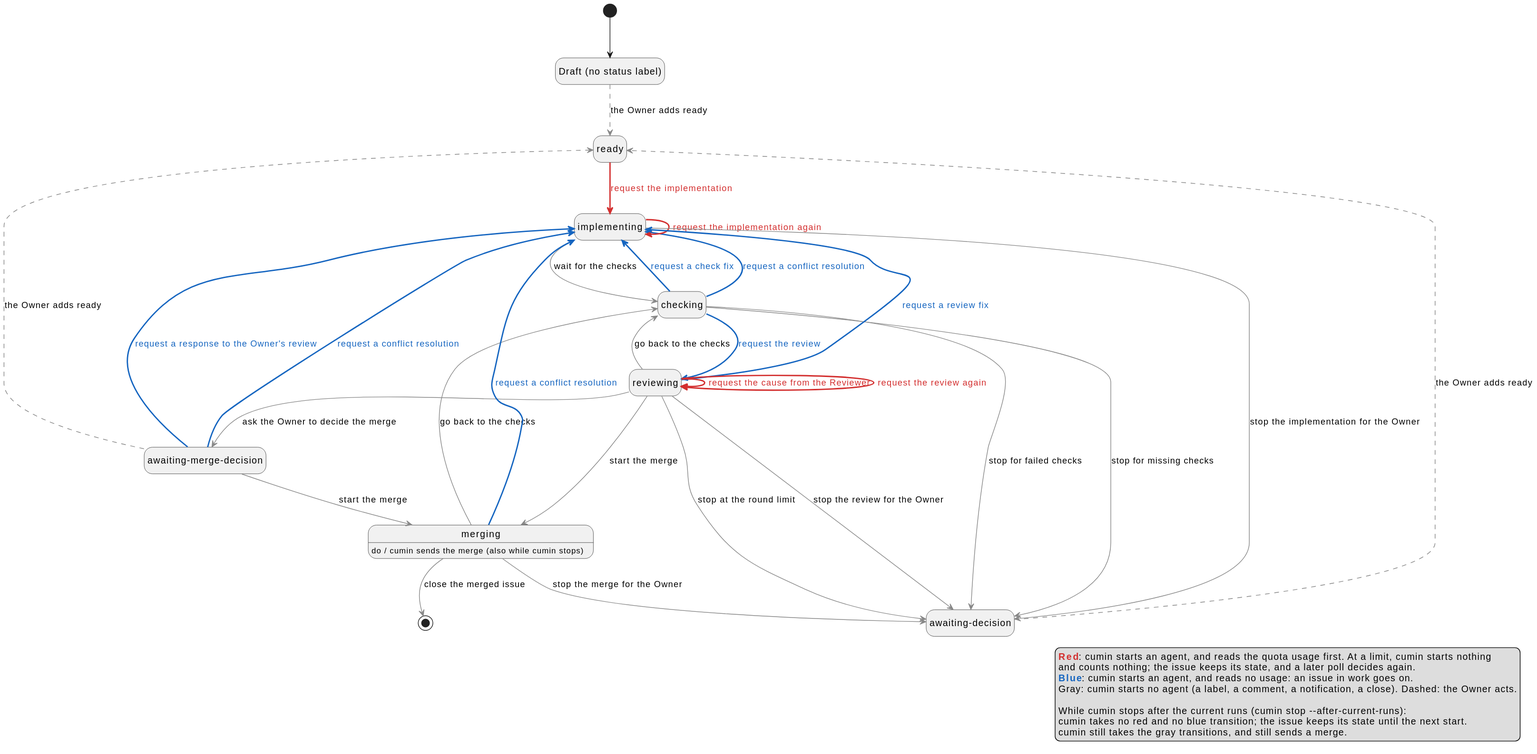
Earlier version of the PlantUML export docs/ja/requirements/workflow/implementation-issue-agent-starts.svg (cloveclovedev/cumin-works). Source of this version:
```plantuml
@startuml

hide empty description

state "Draft (no status label)" as Draft
state "ready" as Ready
state "implementing" as Implementing
state "checking" as Checks
state "reviewing" as Reviewing
state "awaiting-merge-decision" as OwnerReview
state "merging" as Merging
Merging : do / cumin sends the merge (also while cumin stops)
state "awaiting-decision" as Decision

[*] --> Draft
Draft -[#888888,dashed]-> Ready : the Owner adds ready
Ready -[#D32F2F,bold]-> Implementing : <color:#D32F2F>request the implementation</color>
Implementing -[#888888]-> Checks : wait for the checks
Implementing -[#D32F2F,bold]-> Implementing : <color:#D32F2F>request the implementation again</color>
Implementing -[#888888]-> Decision : stop the implementation for the Owner
Checks -[#1565C0,bold]-> Reviewing : <color:#1565C0>request the review</color>
Checks -[#1565C0,bold]-> Implementing : <color:#1565C0>request a check fix</color>
Checks -[#888888]-> Decision : stop for failed checks
Checks -[#1565C0,bold]-> Implementing : <color:#1565C0>request a conflict resolution</color>
Checks -[#888888]-> Decision : stop for missing checks
Reviewing -[#1565C0,bold]-> Implementing : <color:#1565C0>request a review fix</color>
Reviewing -[#888888]-> Merging : start the merge
Reviewing -[#888888]-> OwnerReview : ask the Owner to decide the merge
Reviewing -[#D32F2F,bold]-> Reviewing : <color:#D32F2F>request the cause from the Reviewer</color>
Reviewing -[#888888]-> Decision : stop at the round limit
Reviewing -[#888888]-> Decision : stop the review for the Owner
Reviewing -[#888888]-> Checks : go back to the checks
Reviewing -[#D32F2F,bold]-> Reviewing : <color:#D32F2F>request the review again</color>
OwnerReview -[#888888]-> Merging : start the merge
OwnerReview -[#1565C0,bold]-> Implementing : <color:#1565C0>request a response to the Owner's review</color>
OwnerReview -[#1565C0,bold]-> Implementing : <color:#1565C0>request a conflict resolution</color>
OwnerReview -[#888888,dashed]-> Ready : the Owner adds ready
Merging -[#888888]-> [*] : close the merged issue
Merging -[#888888]-> Checks : go back to the checks
Merging -[#1565C0,bold]-> Implementing : <color:#1565C0>request a conflict resolution</color>
Merging -[#888888]-> Decision : stop the merge for the Owner
Decision -[#888888,dashed]-> Ready : the Owner adds ready

legend right
  <color:#D32F2F>**Red**</color>: cumin starts an agent, and reads the quota usage first. At a limit, cumin starts nothing
  and counts nothing; the issue keeps its state, and a later poll decides again.
  <color:#1565C0>**Blue**</color>: cumin starts an agent, and reads no usage: an issue in work goes on.
  Gray: cumin starts no agent (a label, a comment, a notification, a close). Dashed: the Owner acts.

  While cumin stops after the current runs (cumin stop --after-current-runs):
  cumin takes no red and no blue transition; the issue keeps its state until the next start.
  cumin still takes the gray transitions, and still sends a merge.
endlegend
@enduml
```
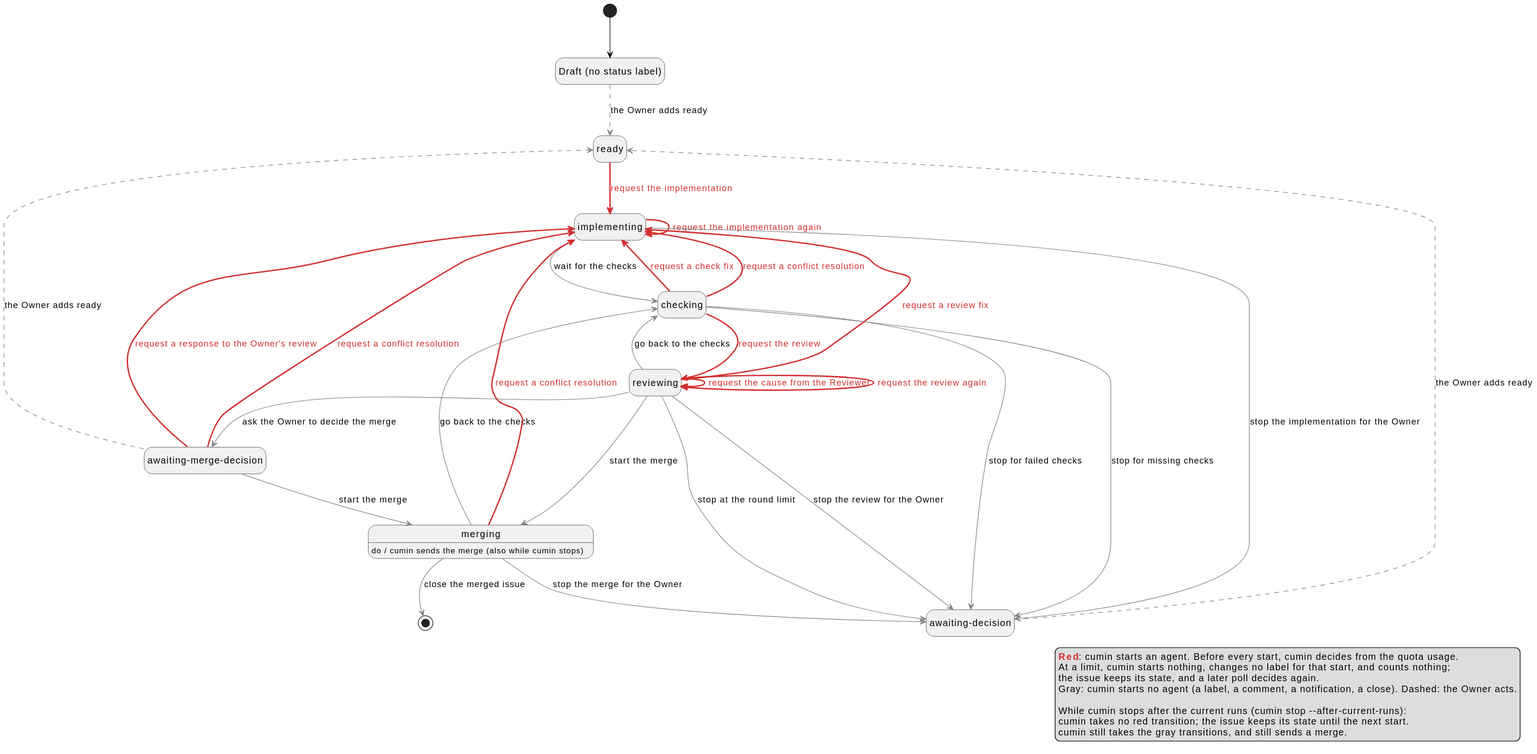
After the commit.

Commit message:
docs(requirements): read the quota before every start of an agent (#561)

The edit, as a diff of the source:
```diff
@@ -18,12 +18,12 @@
 Implementing -[#888888]-> Checks : wait for the checks
 Implementing -[#D32F2F,bold]-> Implementing : <color:#D32F2F>request the implementation again</color>
 Implementing -[#888888]-> Decision : stop the implementation for the Owner
-Checks -[#1565C0,bold]-> Reviewing : <color:#1565C0>request the review</color>
-Checks -[#1565C0,bold]-> Implementing : <color:#1565C0>request a check fix</color>
+Checks -[#D32F2F,bold]-> Reviewing : <color:#D32F2F>request the review</color>
+Checks -[#D32F2F,bold]-> Implementing : <color:#D32F2F>request a check fix</color>
 Checks -[#888888]-> Decision : stop for failed checks
-Checks -[#1565C0,bold]-> Implementing : <color:#1565C0>request a conflict resolution</color>
+Checks -[#D32F2F,bold]-> Implementing : <color:#D32F2F>request a conflict resolution</color>
 Checks -[#888888]-> Decision : stop for missing checks
-Reviewing -[#1565C0,bold]-> Implementing : <color:#1565C0>request a review fix</color>
+Reviewing -[#D32F2F,bold]-> Implementing : <color:#D32F2F>request a review fix</color>
 Reviewing -[#888888]-> Merging : start the merge
 Reviewing -[#888888]-> OwnerReview : ask the Owner to decide the merge
 Reviewing -[#D32F2F,bold]-> Reviewing : <color:#D32F2F>request the cause from the Reviewer</color>
@@ -32,23 +32,23 @@
 Reviewing -[#888888]-> Checks : go back to the checks
 Reviewing -[#D32F2F,bold]-> Reviewing : <color:#D32F2F>request the review again</color>
 OwnerReview -[#888888]-> Merging : start the merge
-OwnerReview -[#1565C0,bold]-> Implementing : <color:#1565C0>request a response to the Owner's review</color>
-OwnerReview -[#1565C0,bold]-> Implementing : <color:#1565C0>request a conflict resolution</color>
+OwnerReview -[#D32F2F,bold]-> Implementing : <color:#D32F2F>request a response to the Owner's review</color>
+OwnerReview -[#D32F2F,bold]-> Implementing : <color:#D32F2F>request a conflict resolution</color>
 OwnerReview -[#888888,dashed]-> Ready : the Owner adds ready
 Merging -[#888888]-> [*] : close the merged issue
 Merging -[#888888]-> Checks : go back to the checks
-Merging -[#1565C0,bold]-> Implementing : <color:#1565C0>request a conflict resolution</color>
+Merging -[#D32F2F,bold]-> Implementing : <color:#D32F2F>request a conflict resolution</color>
 Merging -[#888888]-> Decision : stop the merge for the Owner
 Decision -[#888888,dashed]-> Ready : the Owner adds ready
 
 legend right
-  <color:#D32F2F>**Red**</color>: cumin starts an agent, and reads the quota usage first. At a limit, cumin starts nothing
-  and counts nothing; the issue keeps its state, and a later poll decides again.
-  <color:#1565C0>**Blue**</color>: cumin starts an agent, and reads no usage: an issue in work goes on.
+  <color:#D32F2F>**Red**</color>: cumin starts an agent. Before every start, cumin decides from the quota usage.
+  At a limit, cumin starts nothing, changes no label for that start, and counts nothing;
+  the issue keeps its state, and a later poll decides again.
   Gray: cumin starts no agent (a label, a comment, a notification, a close). Dashed: the Owner acts.
 
   While cumin stops after the current runs (cumin stop --after-current-runs):
-  cumin takes no red and no blue transition; the issue keeps its state until the next start.
+  cumin takes no red transition; the issue keeps its state until the next start.
   cumin still takes the gray transitions, and still sends a merge.
 endlegend
 @enduml
```
